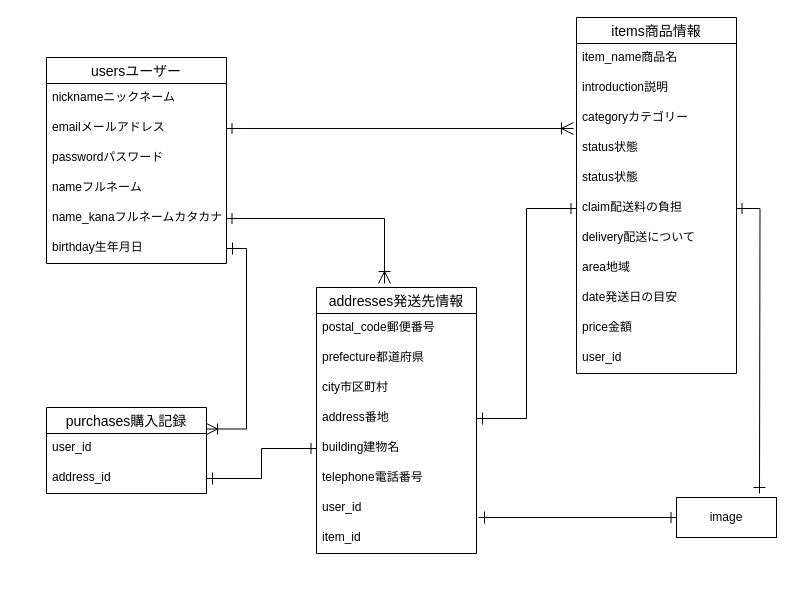
Before: furima.dio in mkato1013/furima-36386, a draw.io diagram. Source tidied: cells renumbered, new cells numbered last; positions are measured from the earlier drawing's top-left corner, leaving out a move shared by most shapes. Both pictures are drawn from the tidied source at 100%, with x=0, y=0 at pixel (46, 17).
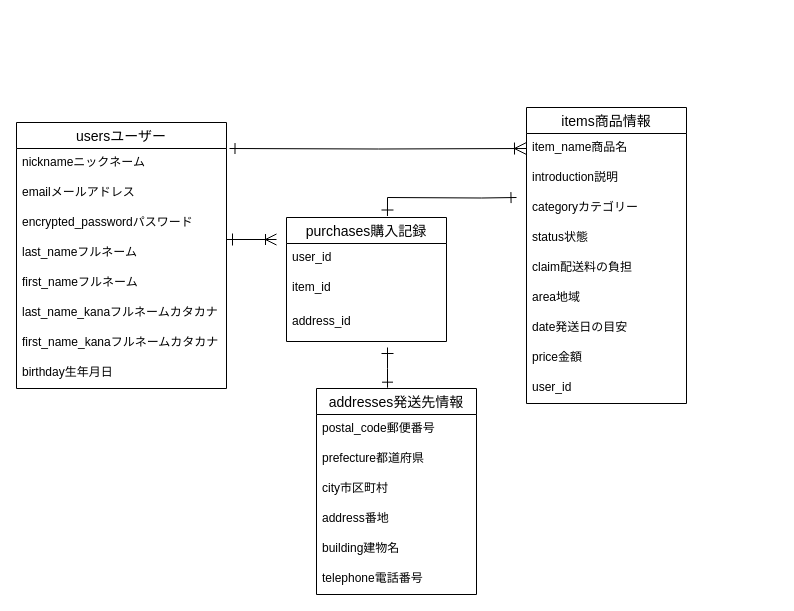
After the change.

Commit message (it also covers changes not shown here):
データベース設計２

Unchanged cells that the change refers to:
```xml
<mxCell id="13" value="address番地" style="text;strokeColor=none;fillColor=none;spacingLeft=4;spacingRight=4;overflow=hidden;points=[[0,0.5],[1,0.5]];portConstraint=eastwest;fontSize=12;" parent="9" vertex="1">
  <mxGeometry y="116" width="160" height="30" as="geometry" />
</mxCell>
<mxCell id="14" value="building建物名" style="text;strokeColor=none;fillColor=none;spacingLeft=4;spacingRight=4;overflow=hidden;points=[[0,0.5],[1,0.5]];portConstraint=eastwest;fontSize=12;" parent="9" vertex="1">
  <mxGeometry y="146" width="160" height="30" as="geometry" />
</mxCell>
<mxCell id="19" value="item_name商品名" style="text;strokeColor=none;fillColor=none;spacingLeft=4;spacingRight=4;overflow=hidden;points=[[0,0.5],[1,0.5]];portConstraint=eastwest;fontSize=12;" parent="18" vertex="1">
  <mxGeometry y="26" width="160" height="30" as="geometry" />
</mxCell>
<mxCell id="21" value="categoryカテゴリー" style="text;strokeColor=none;fillColor=none;spacingLeft=4;spacingRight=4;overflow=hidden;points=[[0,0.5],[1,0.5]];portConstraint=eastwest;fontSize=12;" parent="18" vertex="1">
  <mxGeometry y="86" width="160" height="30" as="geometry" />
</mxCell>
```

What changed in the source:
```diff
@@
     <mxCell id="2" value="usersユーザー" style="swimlane;fontStyle=0;horizontal=1;startSize=26;align=center;fontSize=14;" parent="1" vertex="1">
-      <mxGeometry y="40" width="180" height="206" as="geometry" />
+      <mxGeometry x="-30" y="105" width="210" height="266" as="geometry" />
     </mxCell>
     <mxCell id="3" value="nicknameニックネーム" style="text;strokeColor=none;fillColor=none;spacingLeft=4;spacingRight=4;overflow=hidden;fontSize=12;" parent="2" vertex="1">
-      <mxGeometry y="26" width="180" height="30" as="geometry" />
+      <mxGeometry y="26" width="210" height="30" as="geometry" />
     </mxCell>
     <mxCell id="4" value="emailメールアドレス" style="text;strokeColor=none;fillColor=none;spacingLeft=4;spacingRight=4;overflow=hidden;points=[[0,0.5],[1,0.5]];portConstraint=eastwest;fontSize=12;" parent="2" vertex="1">
-      <mxGeometry y="56" width="180" height="30" as="geometry" />
+      <mxGeometry y="56" width="210" height="30" as="geometry" />
     </mxCell>
-    <mxCell id="5" value="passwordパスワード" style="text;strokeColor=none;fillColor=none;spacingLeft=4;spacingRight=4;overflow=hidden;fontSize=12;" parent="2" vertex="1">
-      <mxGeometry y="86" width="180" height="30" as="geometry" />
+    <mxCell id="5" value="encrypted_passwordパスワード" style="text;strokeColor=none;fillColor=none;spacingLeft=4;spacingRight=4;overflow=hidden;fontSize=12;" parent="2" vertex="1">
+      <mxGeometry y="86" width="210" height="30" as="geometry" />
     </mxCell>
+    <mxCell id="41" value="last_nameフルネーム" style="text;strokeColor=none;fillColor=none;spacingLeft=4;spacingRight=4;overflow=hidden;fontSize=12;" parent="2" vertex="1">
+      <mxGeometry y="116" width="210" height="30" as="geometry" />
+    </mxCell>
-    <mxCell id="6" value="nameフルネーム" style="text;strokeColor=none;fillColor=none;spacingLeft=4;spacingRight=4;overflow=hidden;fontSize=12;" parent="2" vertex="1">
-      <mxGeometry y="116" width="180" height="30" as="geometry" />
+    <mxCell id="6" value="first_nameフルネーム" style="text;strokeColor=none;fillColor=none;spacingLeft=4;spacingRight=4;overflow=hidden;fontSize=12;" parent="2" vertex="1">
+      <mxGeometry y="146" width="210" height="30" as="geometry" />
     </mxCell>
+    <mxCell id="42" value="last_name_kanaフルネームカタカナ" style="text;strokeColor=none;fillColor=none;spacingLeft=4;spacingRight=4;overflow=hidden;fontSize=12;" parent="2" vertex="1">
+      <mxGeometry y="176" width="210" height="30" as="geometry" />
+    </mxCell>
-    <mxCell id="7" value="name_kanaフルネームカタカナ" style="text;strokeColor=none;fillColor=none;spacingLeft=4;spacingRight=4;overflow=hidden;points=[[0,0.5],[1,0.5]];portConstraint=eastwest;fontSize=12;" parent="2" vertex="1">
-      <mxGeometry y="146" width="180" height="30" as="geometry" />
+    <mxCell id="7" value="first_name_kanaフルネームカタカナ" style="text;strokeColor=none;fillColor=none;spacingLeft=4;spacingRight=4;overflow=hidden;points=[[0,0.5],[1,0.5]];portConstraint=eastwest;fontSize=12;" parent="2" vertex="1">
+      <mxGeometry y="206" width="210" height="30" as="geometry" />
     </mxCell>
     <mxCell id="8" value="birthday生年月日" style="text;strokeColor=none;fillColor=none;spacingLeft=4;spacingRight=4;overflow=hidden;points=[[0,0.5],[1,0.5]];portConstraint=eastwest;fontSize=12;" parent="2" vertex="1">
-      <mxGeometry y="176" width="180" height="30" as="geometry" />
+      <mxGeometry y="236" width="210" height="30" as="geometry" />
     </mxCell>
     <mxCell id="9" value="addresses発送先情報" style="swimlane;fontStyle=0;horizontal=1;startSize=26;align=center;fontSize=14;" parent="1" vertex="1">
-      <mxGeometry x="270" y="270" width="160" height="266" as="geometry" />
+      <mxGeometry x="270" y="371" width="160" height="206" as="geometry" />
     </mxCell>
@@
-    <mxCell id="16" value="user_id" style="text;strokeColor=none;fillColor=none;spacingLeft=4;spacingRight=4;overflow=hidden;fontSize=12;" parent="9" vertex="1">
-      <mxGeometry y="206" width="160" height="30" as="geometry" />
-    </mxCell>
-    <mxCell id="17" value="item_id" style="text;strokeColor=none;fillColor=none;spacingLeft=4;spacingRight=4;overflow=hidden;fontSize=12;" parent="9" vertex="1">
-      <mxGeometry y="236" width="160" height="30" as="geometry" />
-    </mxCell>
     <mxCell id="18" value="items商品情報" style="swimlane;fontStyle=0;horizontal=1;startSize=26;align=center;fontSize=14;" parent="1" vertex="1">
-      <mxGeometry x="530" width="160" height="356" as="geometry" />
+      <mxGeometry x="480" y="90" width="160" height="296" as="geometry" />
     </mxCell>
@@
-    <mxCell id="23" value="status状態" style="text;strokeColor=none;fillColor=none;spacingLeft=4;spacingRight=4;overflow=hidden;fontSize=12;" parent="18" vertex="1">
-      <mxGeometry y="146" width="160" height="30" as="geometry" />
-    </mxCell>
     <mxCell id="24" value="claim配送料の負担" style="text;strokeColor=none;fillColor=none;spacingLeft=4;spacingRight=4;overflow=hidden;points=[[0,0.5],[1,0.5]];portConstraint=eastwest;fontSize=12;" parent="18" vertex="1">
-      <mxGeometry y="176" width="160" height="30" as="geometry" />
+      <mxGeometry y="146" width="160" height="30" as="geometry" />
     </mxCell>
-    <mxCell id="25" value="delivery配送について" style="text;strokeColor=none;fillColor=none;spacingLeft=4;spacingRight=4;overflow=hidden;fontSize=12;" parent="18" vertex="1">
-      <mxGeometry y="206" width="160" height="30" as="geometry" />
-    </mxCell>
     <mxCell id="26" value="area地域" style="text;strokeColor=none;fillColor=none;spacingLeft=4;spacingRight=4;overflow=hidden;fontSize=12;" parent="18" vertex="1">
-      <mxGeometry y="236" width="160" height="30" as="geometry" />
+      <mxGeometry y="176" width="160" height="30" as="geometry" />
     </mxCell>
     <mxCell id="27" value="date発送日の目安" style="text;strokeColor=none;fillColor=none;spacingLeft=4;spacingRight=4;overflow=hidden;fontSize=12;" parent="18" vertex="1">
-      <mxGeometry y="266" width="160" height="30" as="geometry" />
+      <mxGeometry y="206" width="160" height="30" as="geometry" />
     </mxCell>
     <mxCell id="28" value="price金額" style="text;strokeColor=none;fillColor=none;spacingLeft=4;spacingRight=4;overflow=hidden;fontSize=12;" parent="18" vertex="1">
-      <mxGeometry y="296" width="160" height="30" as="geometry" />
+      <mxGeometry y="236" width="160" height="30" as="geometry" />
     </mxCell>
     <mxCell id="29" value="user_id" style="text;strokeColor=none;fillColor=none;spacingLeft=4;spacingRight=4;overflow=hidden;fontSize=12;" parent="18" vertex="1">
-      <mxGeometry y="326" width="160" height="30" as="geometry" />
+      <mxGeometry y="266" width="160" height="30" as="geometry" />
     </mxCell>
-    <mxCell id="30" style="edgeStyle=orthogonalEdgeStyle;rounded=0;jettySize=auto;html=1;exitX=0;exitY=0.5;exitDx=0;exitDy=0;startArrow=ERone;startFill=0;endArrow=ERone;endFill=0;startSize=9;endSize=10;" parent="1" edge="1" source="31">
-      <mxGeometry relative="1" as="geometry">
-        <mxPoint x="432" y="500" as="targetPoint" />
-      </mxGeometry>
-    </mxCell>
-    <mxCell id="31" value="image" style="whiteSpace=wrap;html=1;align=center;" parent="1" vertex="1">
-      <mxGeometry x="630" y="480" width="100" height="40" as="geometry" />
-    </mxCell>
-    <mxCell id="32" style="edgeStyle=orthogonalEdgeStyle;rounded=0;jettySize=auto;html=1;exitX=1;exitY=0.25;exitDx=0;exitDy=0;entryX=1;entryY=0.5;entryDx=0;entryDy=0;startArrow=ERoneToMany;startFill=0;endArrow=ERone;endFill=0;startSize=9;endSize=10;" parent="1" edge="1" source="33" target="8">
-      <mxGeometry relative="1" as="geometry" />
+    <mxCell id="32" style="edgeStyle=orthogonalEdgeStyle;rounded=0;orthogonalLoop=1;jettySize=auto;html=1;startArrow=ERoneToMany;startFill=0;endArrow=ERone;endFill=0;startSize=9;endSize=10;" parent="1" edge="1">
+      <mxGeometry relative="1" as="geometry">
+        <mxPoint x="230" y="222" as="sourcePoint" />
+        <mxPoint x="180" y="222" as="targetPoint" />
+        <Array as="points">
+          <mxPoint x="180" y="222" />
+        </Array>
+      </mxGeometry>
     </mxCell>
     <mxCell id="33" value="purchases購入記録" style="swimlane;fontStyle=0;horizontal=1;startSize=26;align=center;fontSize=14;" parent="1" vertex="1">
-      <mxGeometry y="390" width="160" height="86" as="geometry" />
+      <mxGeometry x="240" y="200" width="160" height="124" as="geometry" />
     </mxCell>
@@
-    <mxCell id="35" value="address_id" style="text;strokeColor=none;fillColor=none;spacingLeft=4;spacingRight=4;overflow=hidden;points=[[0,0.5],[1,0.5]];portConstraint=eastwest;fontSize=12;" parent="33" vertex="1">
-      <mxGeometry y="56" width="160" height="30" as="geometry" />
+    <mxCell id="35" value="item_id" style="text;strokeColor=none;fillColor=none;spacingLeft=4;spacingRight=4;overflow=hidden;points=[[0,0.5],[1,0.5]];portConstraint=eastwest;fontSize=12;" parent="33" vertex="1">
+      <mxGeometry y="56" width="160" height="34" as="geometry" />
     </mxCell>
+    <mxCell id="43" value="address_id" style="text;strokeColor=none;fillColor=none;spacingLeft=4;spacingRight=4;overflow=hidden;fontSize=12;" parent="33" vertex="1">
+      <mxGeometry y="90" width="160" height="34" as="geometry" />
+    </mxCell>
-    <mxCell id="36" style="edgeStyle=orthogonalEdgeStyle;rounded=0;jettySize=auto;html=1;exitX=1;exitY=0.5;exitDx=0;exitDy=0;entryX=-0.019;entryY=0.833;entryDx=0;entryDy=0;entryPerimeter=0;endSize=10;startSize=9;endArrow=ERoneToMany;endFill=0;startArrow=ERone;startFill=0;" parent="1" edge="1" source="4" target="21">
-      <mxGeometry relative="1" as="geometry" />
+    <mxCell id="36" style="edgeStyle=orthogonalEdgeStyle;rounded=0;jettySize=auto;html=1;entryX=0;entryY=0.5;entryDx=0;entryDy=0;endSize=10;startSize=9;endArrow=ERoneToMany;endFill=0;startArrow=ERone;startFill=0;" parent="1" edge="1" target="19">
+      <mxGeometry relative="1" as="geometry">
+        <mxPoint x="183" y="131" as="sourcePoint" />
+      </mxGeometry>
     </mxCell>
-    <mxCell id="37" style="edgeStyle=orthogonalEdgeStyle;rounded=0;jettySize=auto;html=1;exitX=1;exitY=0.5;exitDx=0;exitDy=0;startArrow=ERone;startFill=0;endArrow=ERone;endFill=0;startSize=9;endSize=10;" parent="1" edge="1" source="24">
-      <mxGeometry relative="1" as="geometry">
-        <mxPoint x="713" y="476" as="targetPoint" />
-      </mxGeometry>
-    </mxCell>
-    <mxCell id="38" style="edgeStyle=orthogonalEdgeStyle;rounded=0;jettySize=auto;html=1;exitX=0;exitY=0.5;exitDx=0;exitDy=0;entryX=1;entryY=0.5;entryDx=0;entryDy=0;startArrow=ERone;startFill=0;endArrow=ERone;endFill=0;startSize=9;endSize=10;" parent="1" edge="1" source="24" target="13">
-      <mxGeometry relative="1" as="geometry" />
+    <mxCell id="38" style="edgeStyle=orthogonalEdgeStyle;rounded=0;jettySize=auto;html=1;entryX=0.631;entryY=-0.012;entryDx=0;entryDy=0;startArrow=ERone;startFill=0;endArrow=ERone;endFill=0;startSize=9;endSize=10;entryPerimeter=0;" parent="1" edge="1" target="33">
+      <mxGeometry relative="1" as="geometry">
+        <mxPoint x="470" y="180" as="sourcePoint" />
+      </mxGeometry>
     </mxCell>
-    <mxCell id="39" style="edgeStyle=orthogonalEdgeStyle;rounded=0;jettySize=auto;html=1;exitX=1;exitY=0.5;exitDx=0;exitDy=0;entryX=0.425;entryY=-0.015;entryDx=0;entryDy=0;entryPerimeter=0;startArrow=ERone;startFill=0;endArrow=ERoneToMany;endFill=0;startSize=9;endSize=10;" parent="1" edge="1" source="7" target="9">
-      <mxGeometry relative="1" as="geometry" />
-    </mxCell>
-    <mxCell id="40" style="edgeStyle=orthogonalEdgeStyle;rounded=0;jettySize=auto;html=1;exitX=0;exitY=0.5;exitDx=0;exitDy=0;entryX=1;entryY=0.5;entryDx=0;entryDy=0;startArrow=ERone;startFill=0;endArrow=ERone;endFill=0;startSize=9;endSize=10;" parent="1" edge="1" source="14" target="35">
-      <mxGeometry relative="1" as="geometry" />
+    <mxCell id="40" style="edgeStyle=orthogonalEdgeStyle;rounded=0;jettySize=auto;html=1;exitX=0.444;exitY=-0.004;exitDx=0;exitDy=0;startArrow=ERone;startFill=0;endArrow=ERone;endFill=0;startSize=9;endSize=10;exitPerimeter=0;" parent="1" edge="1" source="9">
+      <mxGeometry relative="1" as="geometry">
+        <mxPoint x="341" y="330" as="targetPoint" />
+      </mxGeometry>
     </mxCell>
```
